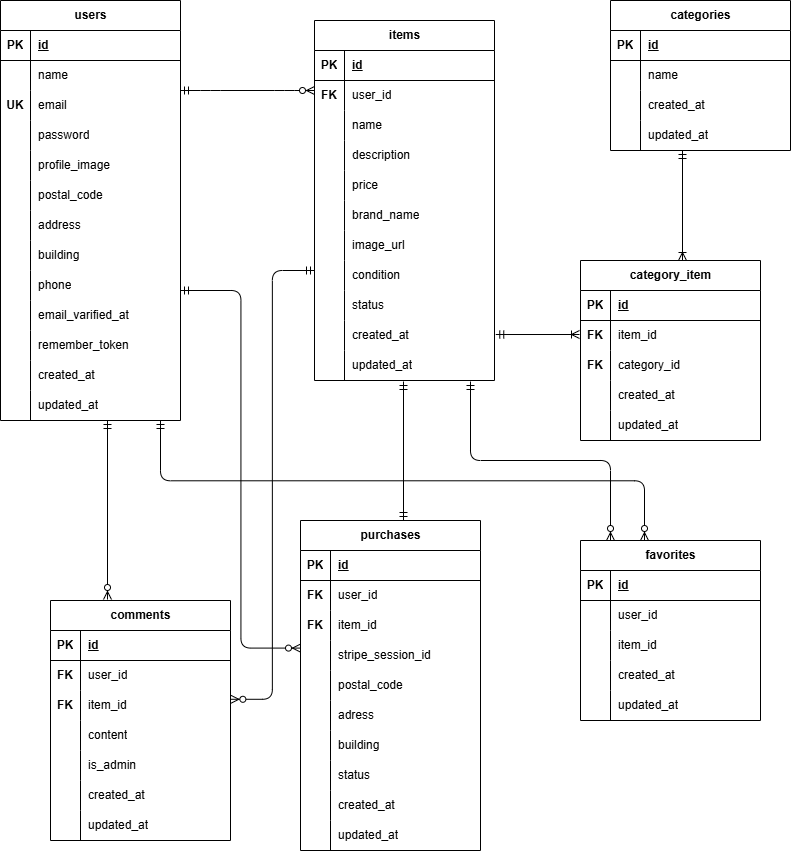
Earlier version of the draw.io export src/public/img/er.png (norinori25/fleamarket-test). Source tidied: cells renumbered, new cells last; positions are measured from the earlier drawing's top-left corner, leaving out a move shared by most shapes.
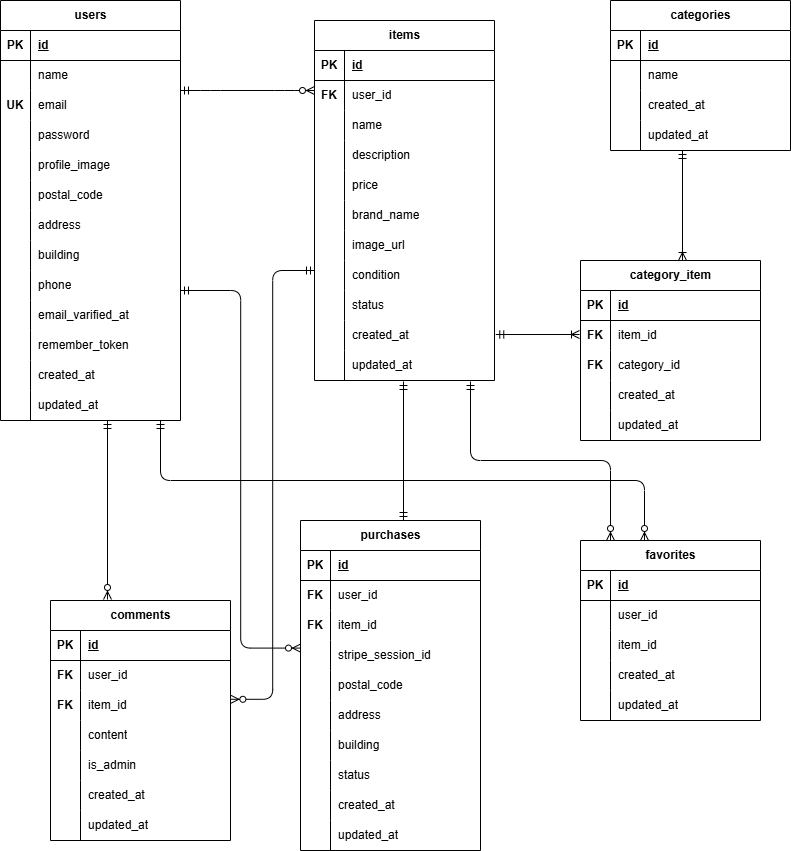
After the change.

Diff of the diagram source:
```diff
@@ -422,7 +422,7 @@
     <mxCell id="139" style="shape=partialRectangle;fillColor=none;top=0;left=0;bottom=0;right=0;overflow=hidden;whiteSpace=wrap;html=1;" parent="138" vertex="1">
       <mxGeometry width="30" height="30" as="geometry" />
     </mxCell>
-    <mxCell id="140" value="adress" style="shape=partialRectangle;fillColor=none;top=0;left=0;bottom=0;right=0;align=left;spacingLeft=6;overflow=hidden;whiteSpace=wrap;html=1;" parent="138" vertex="1">
+    <mxCell id="140" value="address" style="shape=partialRectangle;fillColor=none;top=0;left=0;bottom=0;right=0;align=left;spacingLeft=6;overflow=hidden;whiteSpace=wrap;html=1;" parent="138" vertex="1">
       <mxGeometry x="30" width="150" height="30" as="geometry" />
     </mxCell>
     <mxCell id="141" style="shape=tableRow;horizontal=0;startSize=0;swimlaneHead=0;swimlaneBody=0;fillColor=none;top=0;left=0;right=0;bottom=0;" parent="122" vertex="1">
```
